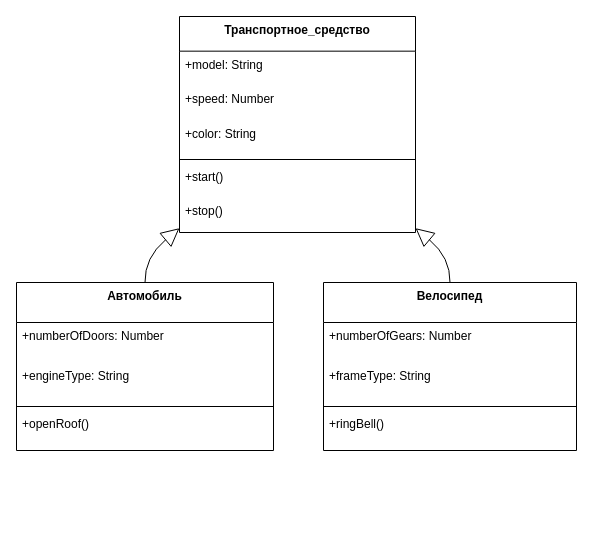
The draw.io diagram invest-real-estate/Диаграмма без названия.drawio in ksenya-kiseleva7/course-project, before the edit. Source tidied: cells renumbered, new cells numbered last; positions are measured from the earlier drawing's top-left corner, leaving out a move shared by most shapes. Both pictures are drawn from the tidied source at 100%, with x=0, y=0 at pixel (16, 16).
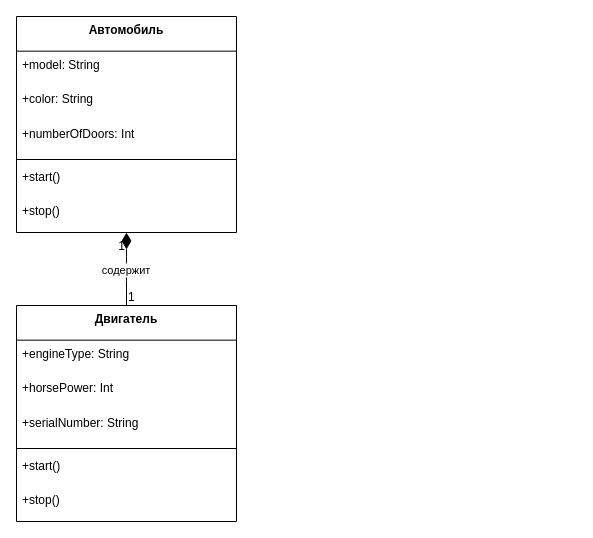
Above is the later version.

Diff of the diagram source:
```diff
@@
-    <mxCell id="2" value="Транспортное_средство" style="swimlane;fontStyle=1;align=center;verticalAlign=top;horizontal=1;startSize=34.666666666666664;" parent="1" vertex="1">
-      <mxGeometry x="163" width="236" height="216" as="geometry" />
+    <mxCell id="2" value="Автомобиль" style="swimlane;fontStyle=1;align=center;verticalAlign=top;horizontal=1;startSize=34.666666666666664;" parent="1" vertex="1">
+      <mxGeometry width="220" height="216" as="geometry" />
     </mxCell>
     <mxCell id="3" value="+model: String" style="text;strokeColor=none;fillColor=none;align=left;verticalAlign=top;spacingLeft=4;spacingRight=4;overflow=hidden;" parent="2" vertex="1">
-      <mxGeometry y="35" width="236" height="35" as="geometry" />
+      <mxGeometry y="35" width="220" height="35" as="geometry" />
     </mxCell>
-    <mxCell id="4" value="+speed: Number" style="text;strokeColor=none;fillColor=none;align=left;verticalAlign=top;spacingLeft=4;spacingRight=4;overflow=hidden;" parent="2" vertex="1">
-      <mxGeometry y="69" width="236" height="35" as="geometry" />
+    <mxCell id="4" value="+color: String" style="text;strokeColor=none;fillColor=none;align=left;verticalAlign=top;spacingLeft=4;spacingRight=4;overflow=hidden;" parent="2" vertex="1">
+      <mxGeometry y="69" width="220" height="35" as="geometry" />
     </mxCell>
-    <mxCell id="5" value="+color: String" style="text;strokeColor=none;fillColor=none;align=left;verticalAlign=top;spacingLeft=4;spacingRight=4;overflow=hidden;" parent="2" vertex="1">
-      <mxGeometry y="104" width="236" height="35" as="geometry" />
+    <mxCell id="5" value="+numberOfDoors: Int" style="text;strokeColor=none;fillColor=none;align=left;verticalAlign=top;spacingLeft=4;spacingRight=4;overflow=hidden;" parent="2" vertex="1">
+      <mxGeometry y="104" width="220" height="35" as="geometry" />
     </mxCell>
     <mxCell id="6" style="line;strokeWidth=1;fillColor=none;align=left;verticalAlign=middle;spacingTop=-1;spacingLeft=3;spacingRight=3;labelPosition=right;strokeColor=inherit;" parent="2" vertex="1">
-      <mxGeometry y="139" width="236" height="8" as="geometry" />
+      <mxGeometry y="139" width="220" height="8" as="geometry" />
     </mxCell>
     <mxCell id="7" value="+start()" style="text;strokeColor=none;fillColor=none;align=left;verticalAlign=top;spacingLeft=4;spacingRight=4;overflow=hidden;" parent="2" vertex="1">
-      <mxGeometry y="147" width="236" height="35" as="geometry" />
+      <mxGeometry y="147" width="220" height="35" as="geometry" />
     </mxCell>
     <mxCell id="8" value="+stop()" style="text;strokeColor=none;fillColor=none;align=left;verticalAlign=top;spacingLeft=4;spacingRight=4;overflow=hidden;" parent="2" vertex="1">
-      <mxGeometry y="181" width="236" height="35" as="geometry" />
+      <mxGeometry y="181" width="220" height="35" as="geometry" />
     </mxCell>
-    <mxCell id="9" value="Автомобиль" style="swimlane;fontStyle=1;align=center;verticalAlign=top;horizontal=1;startSize=40;" parent="1" vertex="1">
-      <mxGeometry y="266" width="257" height="168" as="geometry" />
+    <mxCell id="9" value="Двигатель" style="swimlane;fontStyle=1;align=center;verticalAlign=top;horizontal=1;startSize=34.666666666666664;" parent="1" vertex="1">
+      <mxGeometry y="289" width="220" height="216" as="geometry" />
     </mxCell>
-    <mxCell id="10" value="+numberOfDoors: Number" style="text;strokeColor=none;fillColor=none;align=left;verticalAlign=top;spacingLeft=4;spacingRight=4;overflow=hidden;" parent="9" vertex="1">
-      <mxGeometry y="40" width="257" height="40" as="geometry" />
+    <mxCell id="10" value="+engineType: String" style="text;strokeColor=none;fillColor=none;align=left;verticalAlign=top;spacingLeft=4;spacingRight=4;overflow=hidden;" parent="9" vertex="1">
+      <mxGeometry y="35" width="220" height="35" as="geometry" />
     </mxCell>
-    <mxCell id="11" value="+engineType: String" style="text;strokeColor=none;fillColor=none;align=left;verticalAlign=top;spacingLeft=4;spacingRight=4;overflow=hidden;" parent="9" vertex="1">
-      <mxGeometry y="80" width="257" height="40" as="geometry" />
+    <mxCell id="11" value="+horsePower: Int" style="text;strokeColor=none;fillColor=none;align=left;verticalAlign=top;spacingLeft=4;spacingRight=4;overflow=hidden;" parent="9" vertex="1">
+      <mxGeometry y="69" width="220" height="35" as="geometry" />
     </mxCell>
-    <mxCell id="12" style="line;strokeWidth=1;fillColor=none;align=left;verticalAlign=middle;spacingTop=-1;spacingLeft=3;spacingRight=3;labelPosition=right;strokeColor=inherit;" parent="9" vertex="1">
-      <mxGeometry y="120" width="257" height="8" as="geometry" />
+    <mxCell id="12" value="+serialNumber: String" style="text;strokeColor=none;fillColor=none;align=left;verticalAlign=top;spacingLeft=4;spacingRight=4;overflow=hidden;" parent="9" vertex="1">
+      <mxGeometry y="104" width="220" height="35" as="geometry" />
     </mxCell>
-    <mxCell id="13" value="+openRoof()" style="text;strokeColor=none;fillColor=none;align=left;verticalAlign=top;spacingLeft=4;spacingRight=4;overflow=hidden;" parent="9" vertex="1">
-      <mxGeometry y="128" width="257" height="40" as="geometry" />
+    <mxCell id="13" style="line;strokeWidth=1;fillColor=none;align=left;verticalAlign=middle;spacingTop=-1;spacingLeft=3;spacingRight=3;labelPosition=right;strokeColor=inherit;" parent="9" vertex="1">
+      <mxGeometry y="139" width="220" height="8" as="geometry" />
     </mxCell>
-    <mxCell id="14" value="Велосипед" style="swimlane;fontStyle=1;align=center;verticalAlign=top;horizontal=1;startSize=40;" parent="1" vertex="1">
-      <mxGeometry x="307" y="266" width="253" height="168" as="geometry" />
+    <mxCell id="14" value="+start()" style="text;strokeColor=none;fillColor=none;align=left;verticalAlign=top;spacingLeft=4;spacingRight=4;overflow=hidden;points=[[0,0.5],[1,0.5]];portConstraint=eastwest;" parent="9" vertex="1">
+      <mxGeometry y="147" width="220" height="35" as="geometry" />
     </mxCell>
-    <mxCell id="15" value="+numberOfGears: Number" style="text;strokeColor=none;fillColor=none;align=left;verticalAlign=top;spacingLeft=4;spacingRight=4;overflow=hidden;" parent="14" vertex="1">
-      <mxGeometry y="40" width="253" height="40" as="geometry" />
+    <mxCell id="15" value="+stop()" style="text;strokeColor=none;fillColor=none;align=left;verticalAlign=top;spacingLeft=4;spacingRight=4;overflow=hidden;" parent="9" vertex="1">
+      <mxGeometry y="181" width="220" height="35" as="geometry" />
     </mxCell>
-    <mxCell id="16" value="+frameType: String" style="text;strokeColor=none;fillColor=none;align=left;verticalAlign=top;spacingLeft=4;spacingRight=4;overflow=hidden;" parent="14" vertex="1">
-      <mxGeometry y="80" width="253" height="40" as="geometry" />
+    <mxCell id="16" value="содержит" style="curved=1;startArrow=diamondThin;startSize=14;startFill=1;endArrow=none;exitX=0.5;exitY=1;entryX=0.5;entryY=0;" parent="1" edge="1" source="2" target="9">
+      <mxGeometry relative="1" as="geometry" />
     </mxCell>
-    <mxCell id="17" style="line;strokeWidth=1;fillColor=none;align=left;verticalAlign=middle;spacingTop=-1;spacingLeft=3;spacingRight=3;labelPosition=right;strokeColor=inherit;" parent="14" vertex="1">
-      <mxGeometry y="120" width="253" height="8" as="geometry" />
+    <mxCell id="17" value="1" style="edgeLabel;labelBackgroundColor=none;fontSize=12;align=right;verticalAlign=top;" parent="16" vertex="1">
+      <mxGeometry x="-1" relative="1" as="geometry" />
     </mxCell>
-    <mxCell id="18" value="+ringBell()" style="text;strokeColor=none;fillColor=none;align=left;verticalAlign=top;spacingLeft=4;spacingRight=4;overflow=hidden;" parent="14" vertex="1">
-      <mxGeometry y="128" width="253" height="40" as="geometry" />
+    <mxCell id="18" value="1" style="edgeLabel;labelBackgroundColor=none;fontSize=12;align=left;verticalAlign=bottom;" parent="16" vertex="1">
+      <mxGeometry x="1" relative="1" as="geometry" />
     </mxCell>
-    <mxCell id="19" style="curved=1;startArrow=block;startSize=16;startFill=0;endArrow=none;exitX=0;exitY=0.98;entryX=0.5;entryY=0;" parent="1" edge="1" source="2" target="9">
-      <mxGeometry relative="1" as="geometry">
-        <Array as="points">
-          <mxPoint x="128" y="241" />
-        </Array>
-      </mxGeometry>
-    </mxCell>
-    <mxCell id="20" style="curved=1;startArrow=block;startSize=16;startFill=0;endArrow=none;exitX=1;exitY=0.98;entryX=0.5;entryY=0;" parent="1" edge="1" source="2" target="14">
-      <mxGeometry relative="1" as="geometry">
-        <Array as="points">
-          <mxPoint x="434" y="241" />
-        </Array>
-      </mxGeometry>
-    </mxCell>
```
